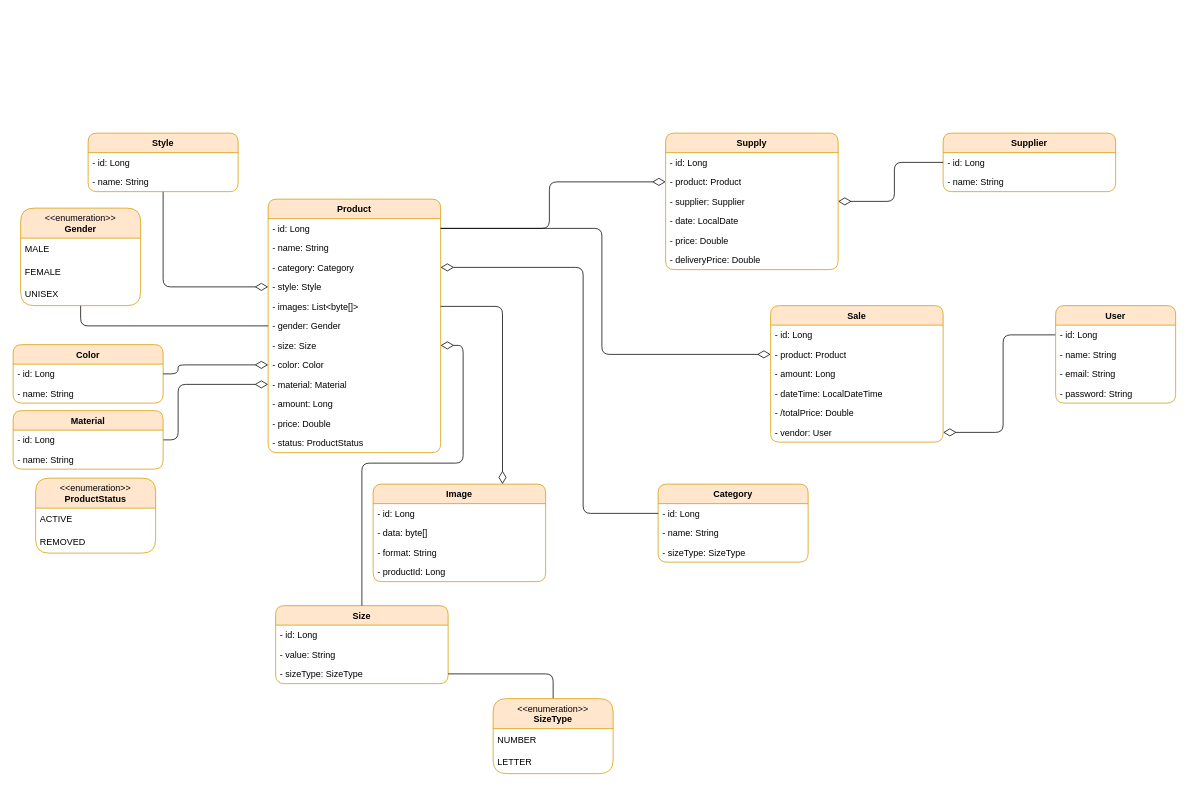
Before: page "Diagrama de Classes" (1 of 2) of docs/UML - Clothing Store.drawio in VitorPaulinoG/ClothingStore, a draw.io diagram. Source tidied: cells renumbered, new cells numbered last; positions are measured from the earlier drawing's top-left corner, leaving out a move shared by most shapes. Both pictures are drawn from the tidied source at 75%, with x=0, y=0 at pixel (13, 133).
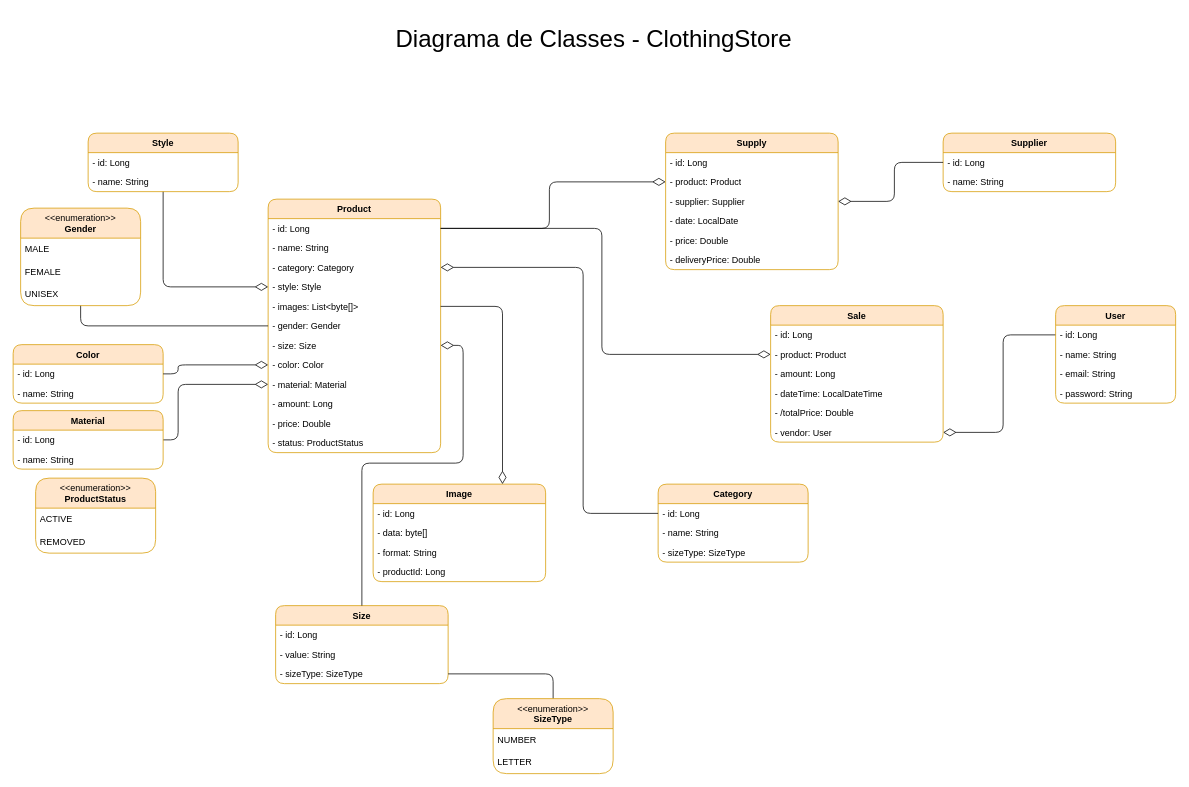
The same diagram, later.

What changed in the source:
```diff
@@
-<mxGraphModel>
+<mxGraphModel background="light-dark(#ffffff, #121212)">
@@
+    <mxCell id="81" value="&lt;font style=&quot;font-size: 32px;&quot;&gt;Diagrama de Classes - ClothingStore&lt;br&gt;&lt;/font&gt;" style="text;html=1;align=center;verticalAlign=middle;whiteSpace=wrap;rounded=0;" parent="1" vertex="1">
+      <mxGeometry x="480" y="-160" width="589" height="70" as="geometry" />
+    </mxCell>
```
